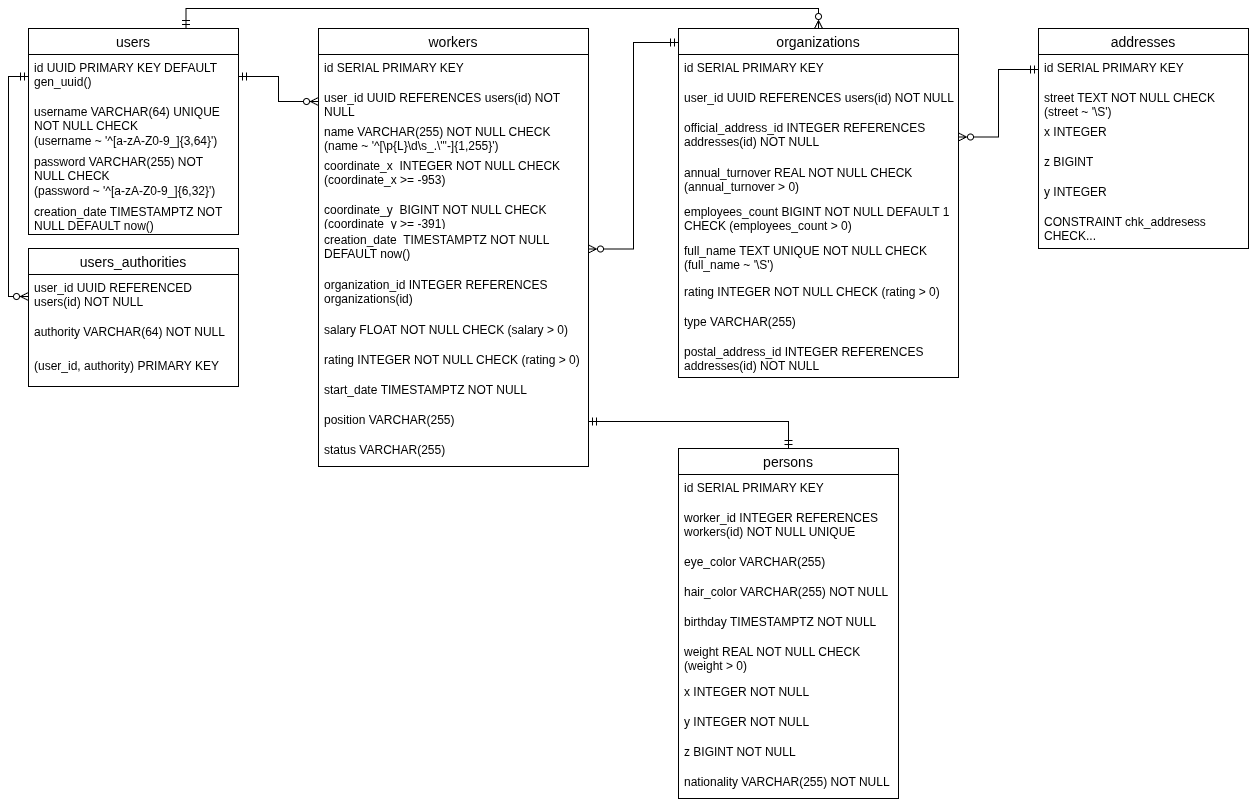
Before: docs/diagram.drawio.png, a diagram exported from draw.io (vodobryshkin/is-lab1). Source tidied: cells renumbered, new cells last; positions are measured from the earlier drawing's top-left corner, leaving out a move shared by most shapes.
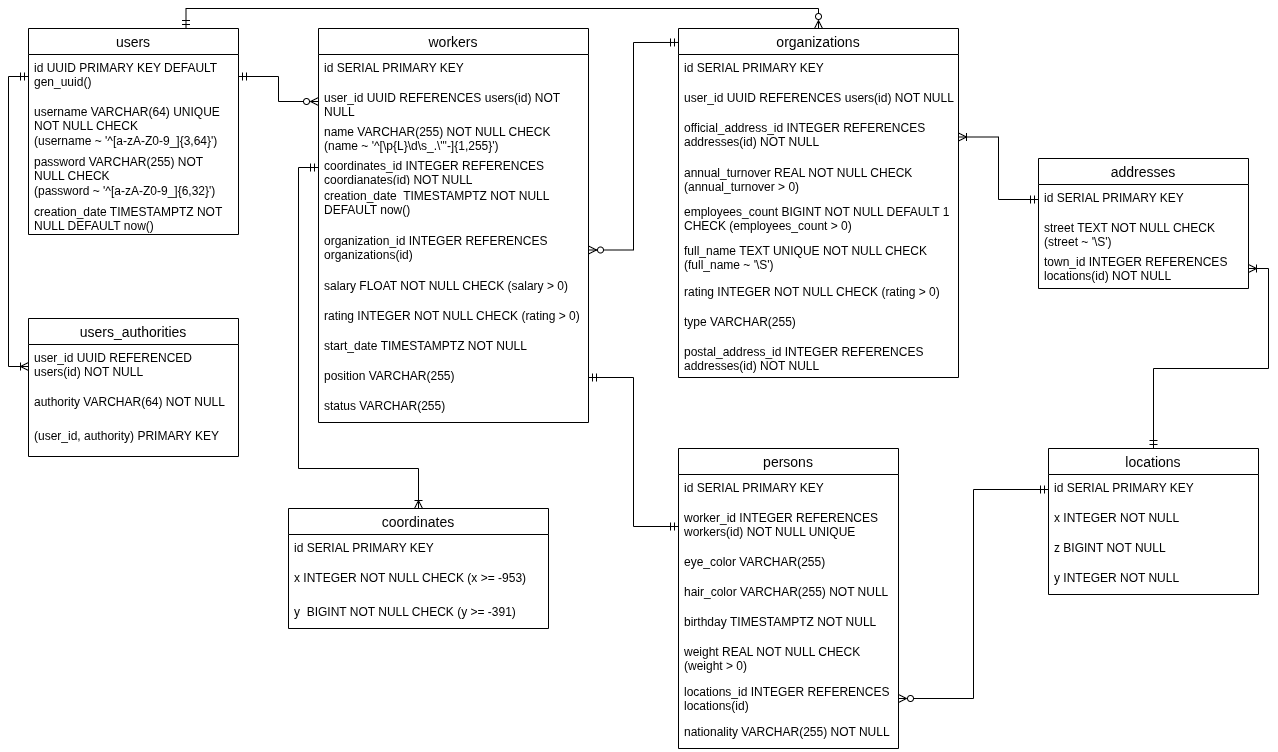
Above is the later version.

Commit message:
Fixed the ER model and JPA entities: moved Location and Coordinates to separate tables (and entities) and changed the id in all entities from Integer to Long

Change to the diagram source:
```diff
@@ -2,11 +2,11 @@
   <root>
     <mxCell id="0" />
     <mxCell id="1" parent="0" />
-    <mxCell id="2" style="edgeStyle=orthogonalEdgeStyle;rounded=0;jettySize=auto;html=1;exitX=0.5;exitY=0;exitDx=0;exitDy=0;entryX=1;entryY=0.5;entryDx=0;entryDy=0;startArrow=ERmandOne;startFill=0;endArrow=ERmandOne;endFill=0;" parent="1" edge="1" source="3" target="25">
+    <mxCell id="2" style="edgeStyle=orthogonalEdgeStyle;rounded=0;jettySize=auto;html=1;exitX=0;exitY=0.5;exitDx=0;exitDy=0;entryX=1;entryY=0.5;entryDx=0;entryDy=0;startArrow=ERmandOne;startFill=0;endArrow=ERmandOne;endFill=0;" parent="1" edge="1" source="5" target="25">
       <mxGeometry relative="1" as="geometry" />
     </mxCell>
     <mxCell id="3" value="persons" style="swimlane;fontStyle=0;horizontal=1;startSize=26;align=center;fontSize=14;" parent="1" vertex="1">
-      <mxGeometry x="650" y="420" width="220" height="350" as="geometry" />
+      <mxGeometry x="650" y="420" width="220" height="300" as="geometry" />
     </mxCell>
     <mxCell id="4" value="id SERIAL PRIMARY KEY" style="text;strokeColor=none;fillColor=none;spacingLeft=4;spacingRight=4;overflow=hidden;fontSize=12;whiteSpace=wrap;html=1;" parent="3" vertex="1">
       <mxGeometry y="26" width="220" height="30" as="geometry" />
@@ -26,20 +26,14 @@
     <mxCell id="9" value="weight REAL NOT NULL CHECK (weight &amp;gt; 0)" style="text;strokeColor=none;fillColor=none;spacingLeft=4;spacingRight=4;overflow=hidden;fontSize=12;whiteSpace=wrap;html=1;" parent="3" vertex="1">
       <mxGeometry y="190" width="220" height="40" as="geometry" />
     </mxCell>
-    <mxCell id="10" value="x INTEGER NOT NULL" style="text;strokeColor=none;fillColor=none;spacingLeft=4;spacingRight=4;overflow=hidden;fontSize=12;whiteSpace=wrap;html=1;" parent="3" vertex="1">
-      <mxGeometry y="230" width="220" height="30" as="geometry" />
-    </mxCell>
-    <mxCell id="11" value="y INTEGER NOT NULL" style="text;strokeColor=none;fillColor=none;spacingLeft=4;spacingRight=4;overflow=hidden;fontSize=12;whiteSpace=wrap;html=1;" parent="3" vertex="1">
-      <mxGeometry y="260" width="220" height="30" as="geometry" />
-    </mxCell>
-    <mxCell id="12" value="z BIGINT NOT NULL" style="text;strokeColor=none;fillColor=none;spacingLeft=4;spacingRight=4;overflow=hidden;points=[[0,0.5],[1,0.5]];portConstraint=eastwest;fontSize=12;whiteSpace=wrap;html=1;" parent="3" vertex="1">
-      <mxGeometry y="290" width="220" height="30" as="geometry" />
+    <mxCell id="12" value="locations_id INTEGER REFERENCES locations(id)" style="text;strokeColor=none;fillColor=none;spacingLeft=4;spacingRight=4;overflow=hidden;points=[[0,0.5],[1,0.5]];portConstraint=eastwest;fontSize=12;whiteSpace=wrap;html=1;" parent="3" vertex="1">
+      <mxGeometry y="230" width="220" height="40" as="geometry" />
     </mxCell>
     <mxCell id="13" value="nationality VARCHAR(255) NOT NULL" style="text;strokeColor=none;fillColor=none;spacingLeft=4;spacingRight=4;overflow=hidden;fontSize=12;whiteSpace=wrap;html=1;" parent="3" vertex="1">
-      <mxGeometry y="320" width="220" height="30" as="geometry" />
+      <mxGeometry y="270" width="220" height="30" as="geometry" />
     </mxCell>
     <mxCell id="14" value="workers" style="swimlane;fontStyle=0;horizontal=1;startSize=26;align=center;fontSize=14;" parent="1" vertex="1">
-      <mxGeometry x="290" width="270" height="438" as="geometry" />
+      <mxGeometry x="290" width="270" height="394" as="geometry" />
     </mxCell>
     <mxCell id="15" value="id SERIAL PRIMARY KEY" style="text;strokeColor=none;fillColor=none;spacingLeft=4;spacingRight=4;overflow=hidden;fontSize=12;whiteSpace=wrap;html=1;" parent="14" vertex="1">
       <mxGeometry y="26" width="270" height="30" as="geometry" />
@@ -50,32 +44,29 @@
     <mxCell id="17" value="name VARCHAR(255) NOT NULL CHECK (name ~ '^[\p{L}\d\s_.\'&quot;-]{1,255}')" style="text;strokeColor=none;fillColor=none;spacingLeft=4;spacingRight=4;overflow=hidden;fontSize=12;whiteSpace=wrap;html=1;" parent="14" vertex="1">
       <mxGeometry y="90" width="270" height="34" as="geometry" />
     </mxCell>
-    <mxCell id="18" value="coordinate_x&amp;nbsp; INTEGER NOT NULL CHECK (coordinate_x &amp;gt;= -953)" style="text;strokeColor=none;fillColor=none;spacingLeft=4;spacingRight=4;overflow=hidden;fontSize=12;whiteSpace=wrap;html=1;" parent="14" vertex="1">
-      <mxGeometry y="124" width="270" height="44" as="geometry" />
-    </mxCell>
-    <mxCell id="19" value="coordinate_y&amp;nbsp; BIGINT NOT NULL CHECK (coordinate_y &amp;gt;= -391)" style="text;strokeColor=none;fillColor=none;spacingLeft=4;spacingRight=4;overflow=hidden;points=[[0,0.5],[1,0.5]];portConstraint=eastwest;fontSize=12;whiteSpace=wrap;html=1;" parent="14" vertex="1">
-      <mxGeometry y="168" width="270" height="30" as="geometry" />
+    <mxCell id="19" value="coordinates_id INTEGER REFERENCES coordianates(id) NOT NULL" style="text;strokeColor=none;fillColor=none;spacingLeft=4;spacingRight=4;overflow=hidden;points=[[0,0.5],[1,0.5]];portConstraint=eastwest;fontSize=12;whiteSpace=wrap;html=1;" parent="14" vertex="1">
+      <mxGeometry y="124" width="270" height="30" as="geometry" />
     </mxCell>
     <mxCell id="20" value="creation_date&amp;nbsp; TIMESTAMPTZ NOT NULL DEFAULT now()" style="text;strokeColor=none;fillColor=none;spacingLeft=4;spacingRight=4;overflow=hidden;points=[[0,0.5],[1,0.5]];portConstraint=eastwest;fontSize=12;whiteSpace=wrap;html=1;" parent="14" vertex="1">
-      <mxGeometry y="198" width="270" height="45" as="geometry" />
+      <mxGeometry y="154" width="270" height="45" as="geometry" />
     </mxCell>
     <mxCell id="21" value="organization_id INTEGER REFERENCES organizations(id)" style="text;strokeColor=none;fillColor=none;spacingLeft=4;spacingRight=4;overflow=hidden;points=[[0,0.5],[1,0.5]];portConstraint=eastwest;fontSize=12;whiteSpace=wrap;html=1;" parent="14" vertex="1">
-      <mxGeometry y="243" width="270" height="45" as="geometry" />
+      <mxGeometry y="199" width="270" height="45" as="geometry" />
     </mxCell>
     <mxCell id="22" value="salary FLOAT NOT NULL CHECK (salary &amp;gt; 0)" style="text;strokeColor=none;fillColor=none;spacingLeft=4;spacingRight=4;overflow=hidden;fontSize=12;whiteSpace=wrap;html=1;" parent="14" vertex="1">
-      <mxGeometry y="288" width="270" height="30" as="geometry" />
+      <mxGeometry y="244" width="270" height="30" as="geometry" />
     </mxCell>
     <mxCell id="23" value="rating INTEGER NOT NULL CHECK (rating &amp;gt; 0)" style="text;strokeColor=none;fillColor=none;spacingLeft=4;spacingRight=4;overflow=hidden;fontSize=12;whiteSpace=wrap;html=1;" parent="14" vertex="1">
-      <mxGeometry y="318" width="270" height="30" as="geometry" />
+      <mxGeometry y="274" width="270" height="30" as="geometry" />
     </mxCell>
     <mxCell id="24" value="start_date&amp;nbsp;TIMESTAMPTZ&amp;nbsp;NOT NULL" style="text;strokeColor=none;fillColor=none;spacingLeft=4;spacingRight=4;overflow=hidden;fontSize=12;whiteSpace=wrap;html=1;" parent="14" vertex="1">
-      <mxGeometry y="348" width="270" height="30" as="geometry" />
+      <mxGeometry y="304" width="270" height="30" as="geometry" />
     </mxCell>
     <mxCell id="25" value="position VARCHAR(255)" style="text;strokeColor=none;fillColor=none;spacingLeft=4;spacingRight=4;overflow=hidden;points=[[0,0.5],[1,0.5]];portConstraint=eastwest;fontSize=12;whiteSpace=wrap;html=1;" parent="14" vertex="1">
-      <mxGeometry y="378" width="270" height="30" as="geometry" />
+      <mxGeometry y="334" width="270" height="30" as="geometry" />
     </mxCell>
     <mxCell id="26" value="status VARCHAR(255)" style="text;strokeColor=none;fillColor=none;spacingLeft=4;spacingRight=4;overflow=hidden;fontSize=12;whiteSpace=wrap;html=1;" parent="14" vertex="1">
-      <mxGeometry y="408" width="270" height="30" as="geometry" />
+      <mxGeometry y="364" width="270" height="30" as="geometry" />
     </mxCell>
     <mxCell id="27" value="organizations" style="swimlane;fontStyle=0;horizontal=1;startSize=26;align=center;fontSize=14;" parent="1" vertex="1">
       <mxGeometry x="650" width="280" height="349" as="geometry" />
@@ -108,7 +99,7 @@
       <mxGeometry y="310" width="280" height="39" as="geometry" />
     </mxCell>
     <mxCell id="37" value="addresses" style="swimlane;fontStyle=0;horizontal=1;startSize=26;align=center;fontSize=14;" parent="1" vertex="1">
-      <mxGeometry x="1010" width="210" height="220" as="geometry" />
+      <mxGeometry x="1010" y="130" width="210" height="130" as="geometry" />
     </mxCell>
     <mxCell id="38" value="id SERIAL PRIMARY KEY" style="text;strokeColor=none;fillColor=none;spacingLeft=4;spacingRight=4;overflow=hidden;points=[[0,0.5],[1,0.5]];portConstraint=eastwest;fontSize=12;whiteSpace=wrap;html=1;" parent="37" vertex="1">
       <mxGeometry y="26" width="210" height="30" as="geometry" />
@@ -116,22 +107,13 @@
     <mxCell id="39" value="street TEXT NOT NULL CHECK (street ~ '\S')" style="text;strokeColor=none;fillColor=none;spacingLeft=4;spacingRight=4;overflow=hidden;fontSize=12;whiteSpace=wrap;html=1;" parent="37" vertex="1">
       <mxGeometry y="56" width="210" height="34" as="geometry" />
     </mxCell>
-    <mxCell id="40" value="x INTEGER" style="text;strokeColor=none;fillColor=none;spacingLeft=4;spacingRight=4;overflow=hidden;points=[[0,0.5],[1,0.5]];portConstraint=eastwest;fontSize=12;whiteSpace=wrap;html=1;" parent="37" vertex="1">
-      <mxGeometry y="90" width="210" height="30" as="geometry" />
+    <mxCell id="40" value="town_id INTEGER REFERENCES locations(id) NOT NULL" style="text;strokeColor=none;fillColor=none;spacingLeft=4;spacingRight=4;overflow=hidden;points=[[0,0.5],[1,0.5]];portConstraint=eastwest;fontSize=12;whiteSpace=wrap;html=1;" parent="37" vertex="1">
+      <mxGeometry y="90" width="210" height="40" as="geometry" />
     </mxCell>
-    <mxCell id="41" value="z BIGINT" style="text;strokeColor=none;fillColor=none;spacingLeft=4;spacingRight=4;overflow=hidden;fontSize=12;whiteSpace=wrap;html=1;" parent="37" vertex="1">
-      <mxGeometry y="120" width="210" height="30" as="geometry" />
-    </mxCell>
-    <mxCell id="42" value="y INTEGER" style="text;strokeColor=none;fillColor=none;spacingLeft=4;spacingRight=4;overflow=hidden;fontSize=12;whiteSpace=wrap;html=1;" parent="37" vertex="1">
-      <mxGeometry y="150" width="210" height="30" as="geometry" />
-    </mxCell>
-    <mxCell id="43" value="CONSTRAINT chk_addresess CHECK..." style="text;strokeColor=none;fillColor=none;spacingLeft=4;spacingRight=4;overflow=hidden;fontSize=12;whiteSpace=wrap;html=1;" parent="37" vertex="1">
-      <mxGeometry y="180" width="210" height="40" as="geometry" />
-    </mxCell>
-    <mxCell id="44" style="edgeStyle=orthogonalEdgeStyle;rounded=0;jettySize=auto;html=1;exitX=1;exitY=0.5;exitDx=0;exitDy=0;entryX=0;entryY=0.04;entryDx=0;entryDy=0;entryPerimeter=0;endArrow=ERmandOne;endFill=0;startArrow=ERzeroToMany;startFill=0;" parent="1" edge="1" source="20" target="27">
+    <mxCell id="44" style="edgeStyle=orthogonalEdgeStyle;rounded=0;jettySize=auto;html=1;exitX=1;exitY=0.5;exitDx=0;exitDy=0;entryX=0;entryY=0.04;entryDx=0;entryDy=0;entryPerimeter=0;endArrow=ERmandOne;endFill=0;startArrow=ERzeroToMany;startFill=0;" parent="1" edge="1" source="21" target="27">
       <mxGeometry relative="1" as="geometry" />
     </mxCell>
-    <mxCell id="45" style="edgeStyle=orthogonalEdgeStyle;rounded=0;jettySize=auto;html=1;exitX=1;exitY=0.5;exitDx=0;exitDy=0;entryX=0;entryY=0.5;entryDx=0;entryDy=0;endArrow=ERmandOne;endFill=0;startArrow=ERzeroToMany;startFill=0;" parent="1" edge="1" source="30" target="38">
+    <mxCell id="45" style="edgeStyle=orthogonalEdgeStyle;rounded=0;jettySize=auto;html=1;exitX=1;exitY=0.5;exitDx=0;exitDy=0;entryX=0;entryY=0.5;entryDx=0;entryDy=0;endArrow=ERmandOne;endFill=0;startArrow=ERoneToMany;startFill=0;" parent="1" edge="1" source="30" target="38">
       <mxGeometry relative="1" as="geometry" />
     </mxCell>
     <mxCell id="46" style="edgeStyle=orthogonalEdgeStyle;rounded=0;jettySize=auto;html=1;exitX=0.75;exitY=0;exitDx=0;exitDy=0;entryX=0.5;entryY=0;entryDx=0;entryDy=0;endArrow=ERzeroToMany;endFill=0;startArrow=ERmandOne;startFill=0;" parent="1" edge="1" source="47" target="27">
@@ -156,7 +138,7 @@
       <mxGeometry relative="1" as="geometry" />
     </mxCell>
     <mxCell id="53" value="users_authorities" style="swimlane;fontStyle=0;horizontal=1;startSize=26;align=center;fontSize=14;" parent="1" vertex="1">
-      <mxGeometry y="220" width="210" height="138" as="geometry" />
+      <mxGeometry y="290" width="210" height="138" as="geometry" />
     </mxCell>
     <mxCell id="54" value="user_id UUID REFERENCED users(id) NOT NULL" style="text;strokeColor=none;fillColor=none;spacingLeft=4;spacingRight=4;overflow=hidden;points=[[0,0.5],[1,0.5]];portConstraint=eastwest;fontSize=12;whiteSpace=wrap;html=1;" parent="53" vertex="1">
       <mxGeometry y="26" width="210" height="44" as="geometry" />
@@ -167,8 +149,50 @@
     <mxCell id="56" value="(user_id, authority) PRIMARY KEY" style="text;strokeColor=none;fillColor=none;spacingLeft=4;spacingRight=4;overflow=hidden;fontSize=12;whiteSpace=wrap;html=1;" parent="53" vertex="1">
       <mxGeometry y="104" width="210" height="34" as="geometry" />
     </mxCell>
-    <mxCell id="57" style="edgeStyle=orthogonalEdgeStyle;rounded=0;jettySize=auto;html=1;exitX=0;exitY=0.5;exitDx=0;exitDy=0;entryX=0;entryY=0.5;entryDx=0;entryDy=0;startArrow=ERmandOne;startFill=0;endArrow=ERzeroToMany;endFill=0;" parent="1" edge="1" source="48" target="54">
+    <mxCell id="57" style="edgeStyle=orthogonalEdgeStyle;rounded=0;jettySize=auto;html=1;exitX=0;exitY=0.5;exitDx=0;exitDy=0;entryX=0;entryY=0.5;entryDx=0;entryDy=0;startArrow=ERmandOne;startFill=0;endArrow=ERoneToMany;endFill=0;" parent="1" edge="1" source="48" target="54">
       <mxGeometry relative="1" as="geometry" />
     </mxCell>
+    <mxCell id="58" style="edgeStyle=orthogonalEdgeStyle;rounded=0;jettySize=auto;html=1;exitX=0.5;exitY=0;exitDx=0;exitDy=0;entryX=0;entryY=0.5;entryDx=0;entryDy=0;startArrow=ERoneToMany;startFill=0;endArrow=ERmandOne;endFill=0;" parent="1" edge="1" source="59" target="19">
+      <mxGeometry relative="1" as="geometry">
+        <Array as="points">
+          <mxPoint x="390" y="440" />
+          <mxPoint x="270" y="440" />
+          <mxPoint x="270" y="139" />
+        </Array>
+      </mxGeometry>
+    </mxCell>
+    <mxCell id="59" value="coordinates" style="swimlane;fontStyle=0;horizontal=1;startSize=26;align=center;fontSize=14;" parent="1" vertex="1">
+      <mxGeometry x="260" y="480" width="260" height="120" as="geometry" />
+    </mxCell>
+    <mxCell id="60" value="id SERIAL PRIMARY KEY" style="text;strokeColor=none;fillColor=none;spacingLeft=4;spacingRight=4;overflow=hidden;fontSize=12;whiteSpace=wrap;html=1;" parent="59" vertex="1">
+      <mxGeometry y="26" width="260" height="30" as="geometry" />
+    </mxCell>
+    <mxCell id="61" value="x INTEGER NOT NULL CHECK (x &amp;gt;= -953)" style="text;strokeColor=none;fillColor=none;spacingLeft=4;spacingRight=4;overflow=hidden;fontSize=12;whiteSpace=wrap;html=1;" parent="59" vertex="1">
+      <mxGeometry y="56" width="260" height="34" as="geometry" />
+    </mxCell>
+    <mxCell id="62" value="y&amp;nbsp; BIGINT NOT NULL CHECK (y &amp;gt;= -391)" style="text;strokeColor=none;fillColor=none;spacingLeft=4;spacingRight=4;overflow=hidden;fontSize=12;whiteSpace=wrap;html=1;" parent="59" vertex="1">
+      <mxGeometry y="90" width="260" height="30" as="geometry" />
+    </mxCell>
+    <mxCell id="63" value="locations" style="swimlane;fontStyle=0;horizontal=1;startSize=26;align=center;fontSize=14;" parent="1" vertex="1">
+      <mxGeometry x="1020" y="420" width="210" height="146" as="geometry" />
+    </mxCell>
+    <mxCell id="64" value="id SERIAL PRIMARY KEY" style="text;strokeColor=none;fillColor=none;spacingLeft=4;spacingRight=4;overflow=hidden;points=[[0,0.5],[1,0.5]];portConstraint=eastwest;fontSize=12;whiteSpace=wrap;html=1;" parent="63" vertex="1">
+      <mxGeometry y="26" width="210" height="30" as="geometry" />
+    </mxCell>
+    <mxCell id="10" value="x INTEGER NOT NULL" style="text;strokeColor=none;fillColor=none;spacingLeft=4;spacingRight=4;overflow=hidden;fontSize=12;whiteSpace=wrap;html=1;" parent="63" vertex="1">
+      <mxGeometry y="56" width="210" height="30" as="geometry" />
+    </mxCell>
+    <mxCell id="65" value="z BIGINT NOT NULL" style="text;strokeColor=none;fillColor=none;spacingLeft=4;spacingRight=4;overflow=hidden;fontSize=12;whiteSpace=wrap;html=1;" parent="63" vertex="1">
+      <mxGeometry y="86" width="210" height="30" as="geometry" />
+    </mxCell>
+    <mxCell id="11" value="y INTEGER NOT NULL" style="text;strokeColor=none;fillColor=none;spacingLeft=4;spacingRight=4;overflow=hidden;fontSize=12;whiteSpace=wrap;html=1;" parent="63" vertex="1">
+      <mxGeometry y="116" width="210" height="30" as="geometry" />
+    </mxCell>
+    <mxCell id="66" style="edgeStyle=orthogonalEdgeStyle;rounded=0;jettySize=auto;html=1;exitX=1;exitY=0.5;exitDx=0;exitDy=0;entryX=0.5;entryY=0;entryDx=0;entryDy=0;startArrow=ERoneToMany;startFill=0;endArrow=ERmandOne;endFill=0;" parent="1" edge="1" source="40" target="63">
+      <mxGeometry relative="1" as="geometry" />
+    </mxCell>
+    <mxCell id="67" style="edgeStyle=orthogonalEdgeStyle;rounded=0;jettySize=auto;html=1;exitX=1;exitY=0.5;exitDx=0;exitDy=0;entryX=0;entryY=0.5;entryDx=0;entryDy=0;startArrow=ERzeroToMany;startFill=0;endArrow=ERmandOne;endFill=0;" parent="1" edge="1" source="12" target="64">
+      <mxGeometry relative="1" as="geometry" />
+    </mxCell>
   </root>
 </mxGraphModel>
```
